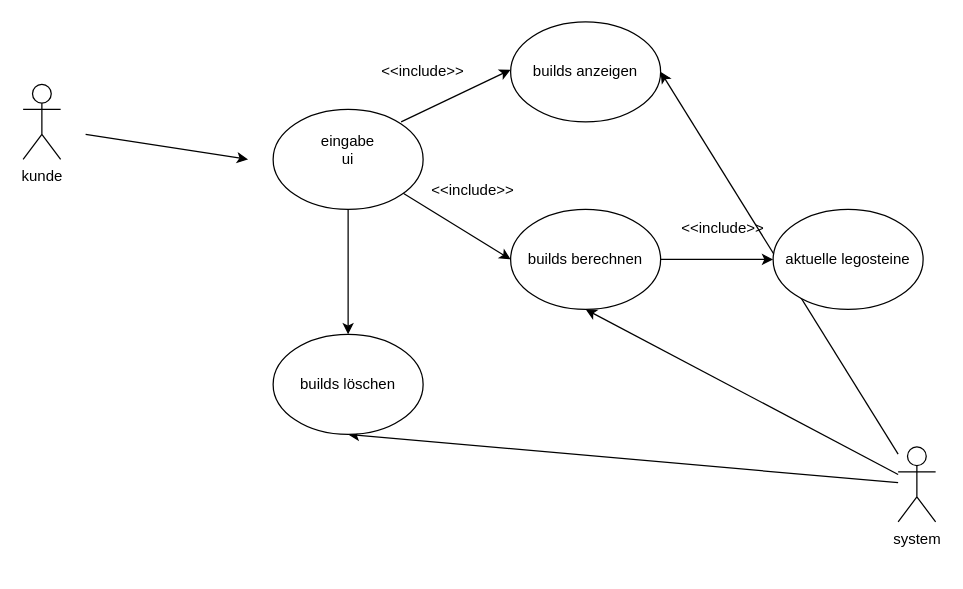
Above: UseCasebauanleitungdia.drawio in schattnkatz98/Team-Projekt-Michael-u-Julian (draw.io), before the change. Source tidied: cells renumbered, new cells numbered last; positions are measured from the earlier drawing's top-left corner, leaving out a move shared by most shapes. Both pictures are drawn from the tidied source at 125%, with x=0, y=0 at pixel (22, 21).
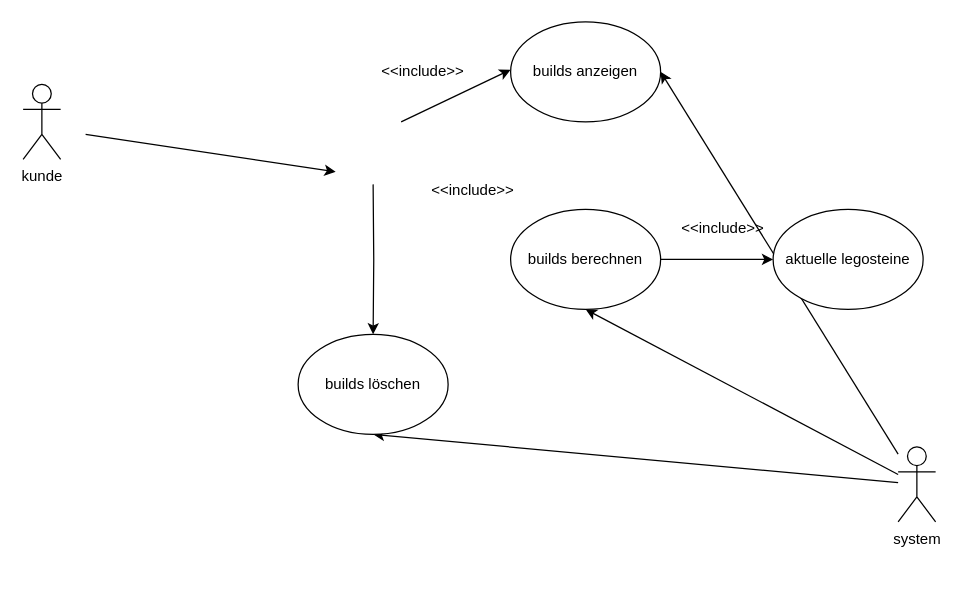
After the change.

The change refers to these unchanged cells:
```xml
<mxCell id="14" value="builds berechnen" style="ellipse;whiteSpace=wrap;html=1;" parent="1" vertex="1">
  <mxGeometry x="390" y="150" width="120" height="80" as="geometry" />
</mxCell>
```

Diff of the diagram source:
```diff
@@
     <mxCell id="7" style="endArrow=classic;html=1;rounded=0;" parent="1" edge="1">
       <mxGeometry relative="1" as="geometry">
         <mxPoint x="50" y="90" as="sourcePoint" />
-        <mxPoint x="180" y="110" as="targetPoint" />
+        <mxPoint x="250" y="120" as="targetPoint" />
       </mxGeometry>
     </mxCell>
@@
-    <mxCell id="9" style="rounded=0;jettySize=auto;html=1;entryX=0;entryY=0.5;entryDx=0;entryDy=0;" parent="1" edge="1" source="11" target="14">
-      <mxGeometry relative="1" as="geometry" />
-    </mxCell>
-    <mxCell id="10" style="edgeStyle=orthogonalEdgeStyle;rounded=0;jettySize=auto;html=1;exitX=0.5;exitY=1;exitDx=0;exitDy=0;entryX=0.5;entryY=0;entryDx=0;entryDy=0;" parent="1" edge="1" source="11" target="19">
-      <mxGeometry relative="1" as="geometry" />
+    <mxCell id="10" style="edgeStyle=orthogonalEdgeStyle;rounded=0;jettySize=auto;html=1;entryX=0.5;entryY=0;entryDx=0;entryDy=0;" parent="1" edge="1" target="19">
+      <mxGeometry relative="1" as="geometry">
+        <mxPoint x="280" y="130" as="sourcePoint" />
+      </mxGeometry>
     </mxCell>
-    <mxCell id="11" value="&lt;div&gt;eingabe&lt;/div&gt;&lt;div&gt;ui&lt;/div&gt;&lt;div&gt;&lt;br&gt;&lt;/div&gt;" style="ellipse;whiteSpace=wrap;html=1;" parent="1" vertex="1">
-      <mxGeometry x="200" y="70" width="120" height="80" as="geometry" />
-    </mxCell>
@@
     <mxCell id="19" value="builds löschen" style="ellipse;whiteSpace=wrap;html=1;" parent="1" vertex="1">
-      <mxGeometry x="200" y="250" width="120" height="80" as="geometry" />
+      <mxGeometry x="220" y="250" width="120" height="80" as="geometry" />
     </mxCell>
```
